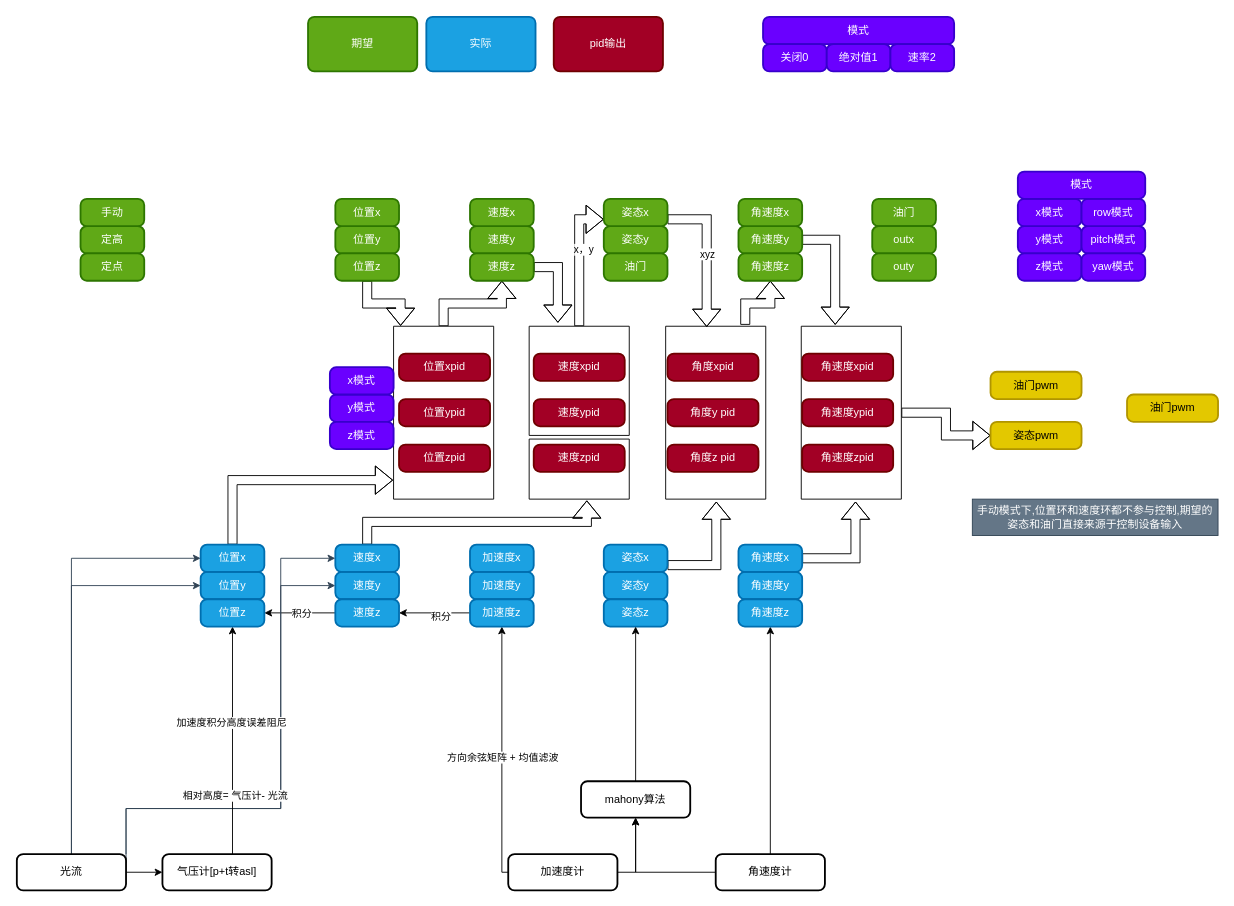
renxinlin/- keeps this draw.io diagram as fly.drawio. Above is the earlier version. Source tidied: cells renumbered, new cells numbered last; positions are measured from the earlier drawing's top-left corner, leaving out a move shared by most shapes. Both pictures are drawn from the tidied source at 91%, with x=0, y=0 at pixel (16, 16).
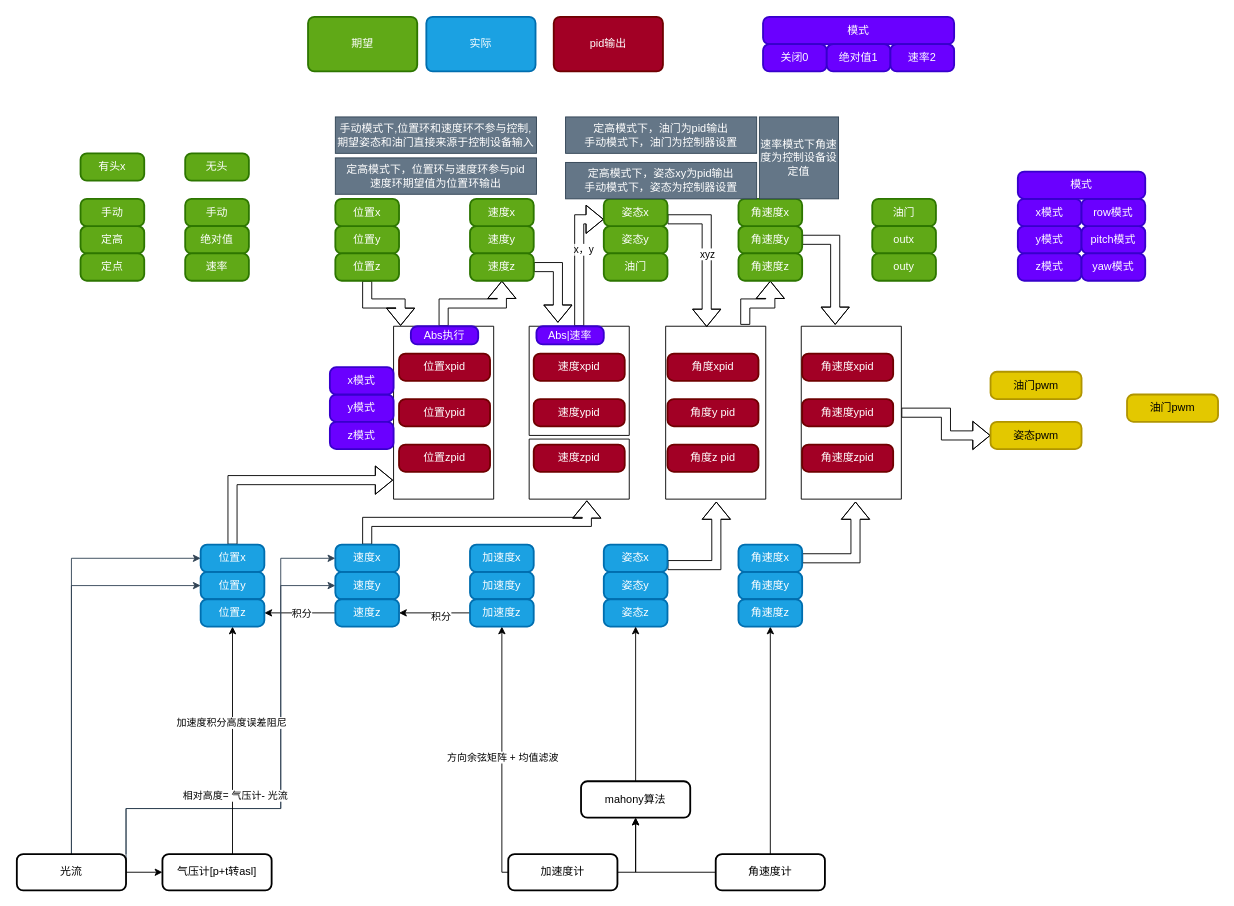
The same page after the edit.

What changed in the source:
```diff
@@
-    <mxCell id="2" value="手动模式下,位置环和速度环都不参与控制,期望的姿态和油门直接来源于控制设备输入" style="rounded=0;whiteSpace=wrap;html=1;fillColor=#647687;fontColor=#ffffff;strokeColor=#314354;" parent="1" vertex="1">
-      <mxGeometry x="1050" y="530" width="270" height="40" as="geometry" />
+    <mxCell id="2" value="手动模式下,位置环和速度环不参与控制,期望姿态和油门直接来源于控制设备输入" style="rounded=0;whiteSpace=wrap;html=1;fillColor=#647687;fontColor=#ffffff;strokeColor=#314354;" parent="1" vertex="1">
+      <mxGeometry x="350" y="110" width="221" height="40" as="geometry" />
     </mxCell>
@@
+    <mxCell id="110" value="定高模式下，位置环与速度环参与pid&lt;br&gt;速度环期望值为位置环输出" style="rounded=0;whiteSpace=wrap;html=1;fillColor=#647687;fontColor=#ffffff;strokeColor=#314354;" parent="1" vertex="1">
+      <mxGeometry x="350" y="155" width="221" height="40" as="geometry" />
+    </mxCell>
+    <mxCell id="111" value="Abs执行" style="rounded=1;whiteSpace=wrap;html=1;absoluteArcSize=1;arcSize=14;strokeWidth=2;fillColor=#6a00ff;fontColor=#ffffff;strokeColor=#3700CC;" parent="1" vertex="1">
+      <mxGeometry x="433" y="340" width="74" height="20" as="geometry" />
+    </mxCell>
+    <mxCell id="112" value="定高模式下，油门为pid输出&lt;br&gt;手动模式下，油门为控制器设置" style="rounded=0;whiteSpace=wrap;html=1;fillColor=#647687;fontColor=#ffffff;strokeColor=#314354;" parent="1" vertex="1">
+      <mxGeometry x="603" y="110" width="210" height="40" as="geometry" />
+    </mxCell>
+    <mxCell id="113" value="定高模式下，姿态xy为pid输出&lt;br&gt;手动模式下，姿态为控制器设置" style="rounded=0;whiteSpace=wrap;html=1;fillColor=#647687;fontColor=#ffffff;strokeColor=#314354;" parent="1" vertex="1">
+      <mxGeometry x="603" y="160" width="210" height="40" as="geometry" />
+    </mxCell>
+    <mxCell id="114" value="Abs|速率" style="rounded=1;whiteSpace=wrap;html=1;absoluteArcSize=1;arcSize=14;strokeWidth=2;fillColor=#6a00ff;fontColor=#ffffff;strokeColor=#3700CC;" parent="1" vertex="1">
+      <mxGeometry x="571" y="340" width="74" height="20" as="geometry" />
+    </mxCell>
+    <mxCell id="115" value="速率模式下角速度为控制设备设定值" style="rounded=0;whiteSpace=wrap;html=1;fillColor=#647687;fontColor=#ffffff;strokeColor=#314354;" parent="1" vertex="1">
+      <mxGeometry x="816" y="110" width="87" height="90" as="geometry" />
+    </mxCell>
+    <mxCell id="116" value="手动" style="rounded=1;whiteSpace=wrap;html=1;absoluteArcSize=1;arcSize=14;strokeWidth=2;fillColor=#60a917;fontColor=#ffffff;strokeColor=#2D7600;" parent="1" vertex="1">
+      <mxGeometry x="185" y="200" width="70" height="30" as="geometry" />
+    </mxCell>
+    <mxCell id="117" value="绝对值" style="rounded=1;whiteSpace=wrap;html=1;absoluteArcSize=1;arcSize=14;strokeWidth=2;fillColor=#60a917;fontColor=#ffffff;strokeColor=#2D7600;" parent="1" vertex="1">
+      <mxGeometry x="185" y="230" width="70" height="30" as="geometry" />
+    </mxCell>
+    <mxCell id="118" value="速率" style="rounded=1;whiteSpace=wrap;html=1;absoluteArcSize=1;arcSize=14;strokeWidth=2;fillColor=#60a917;fontColor=#ffffff;strokeColor=#2D7600;" parent="1" vertex="1">
+      <mxGeometry x="185" y="260" width="70" height="30" as="geometry" />
+    </mxCell>
+    <mxCell id="119" value="有头x" style="rounded=1;whiteSpace=wrap;html=1;absoluteArcSize=1;arcSize=14;strokeWidth=2;fillColor=#60a917;fontColor=#ffffff;strokeColor=#2D7600;" parent="1" vertex="1">
+      <mxGeometry x="70" y="150" width="70" height="30" as="geometry" />
+    </mxCell>
+    <mxCell id="120" value="无头" style="rounded=1;whiteSpace=wrap;html=1;absoluteArcSize=1;arcSize=14;strokeWidth=2;fillColor=#60a917;fontColor=#ffffff;strokeColor=#2D7600;" parent="1" vertex="1">
+      <mxGeometry x="185" y="150" width="70" height="30" as="geometry" />
+    </mxCell>
```
